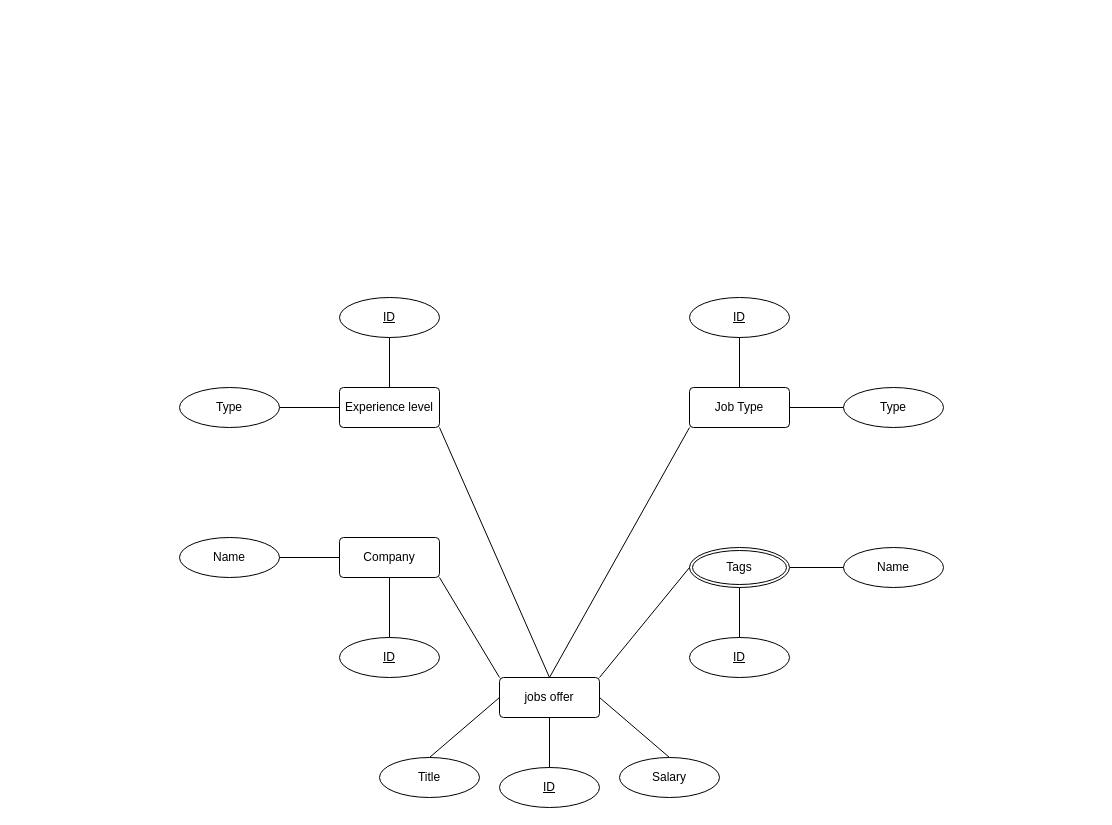
Above: Untitled Diagram.drawio in yassinessadi/diagrams (draw.io), before the change. Source tidied: cells renumbered, new cells numbered last; positions are measured from the earlier drawing's top-left corner, leaving out a move shared by most shapes. Both pictures are drawn from the tidied source at 100%, with x=0, y=0 at pixel (179, 297).
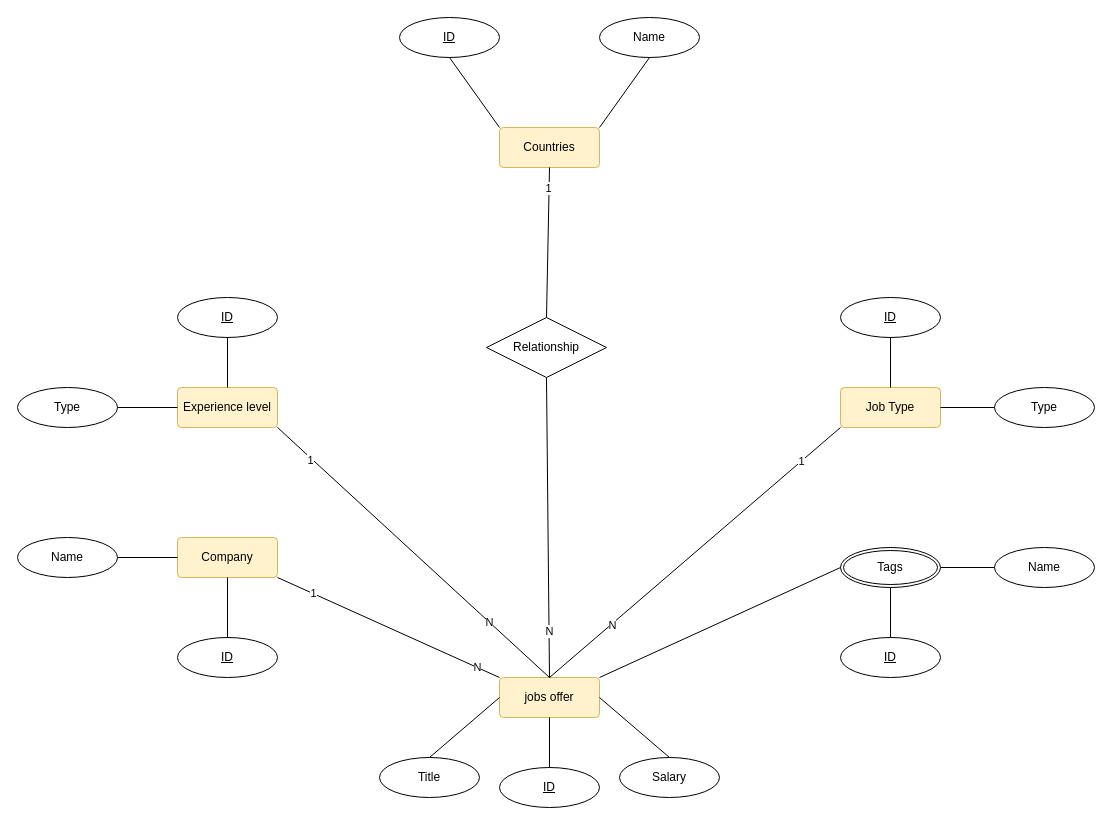
The same diagram, later.

Commit message:
Update jobs offer Diagram.drawio

Unchanged cells that the change refers to:
```xml
<mxCell id="28" style="endArrow=none;html=1;rounded=0;exitX=1;exitY=1;exitDx=0;exitDy=0;entryX=0;entryY=0;entryDx=0;entryDy=0;" parent="1" edge="1" source="15" target="20">
  <mxGeometry relative="1" as="geometry" />
</mxCell>
<mxCell id="31" style="endArrow=none;html=1;rounded=0;exitX=1;exitY=1;exitDx=0;exitDy=0;entryX=0.5;entryY=0;entryDx=0;entryDy=0;" parent="1" edge="1" source="10" target="20">
  <mxGeometry relative="1" as="geometry" />
</mxCell>
<mxCell id="32" style="endArrow=none;html=1;rounded=0;entryX=0;entryY=1;entryDx=0;entryDy=0;exitX=0.5;exitY=0;exitDx=0;exitDy=0;" parent="1" edge="1" source="20" target="2">
  <mxGeometry relative="1" as="geometry" />
</mxCell>
```

What changed in the source:
```diff
@@
-    <mxCell id="2" value="Job Type" style="rounded=1;arcSize=10;whiteSpace=wrap;html=1;align=center;" parent="1" vertex="1">
-      <mxGeometry x="510" y="90" width="100" height="40" as="geometry" />
+    <mxCell id="2" value="Job Type" style="rounded=1;arcSize=10;whiteSpace=wrap;html=1;align=center;fillColor=#fff2cc;strokeColor=#d6b656;" parent="1" vertex="1">
+      <mxGeometry x="661" y="90" width="100" height="40" as="geometry" />
     </mxCell>
     <mxCell id="3" value="ID" style="ellipse;whiteSpace=wrap;html=1;align=center;fontStyle=4;" parent="1" vertex="1">
-      <mxGeometry x="510" width="100" height="40" as="geometry" />
+      <mxGeometry x="661" width="100" height="40" as="geometry" />
     </mxCell>
@@
     <mxCell id="5" value="Type" style="ellipse;whiteSpace=wrap;html=1;align=center;" parent="1" vertex="1">
-      <mxGeometry x="664" y="90" width="100" height="40" as="geometry" />
+      <mxGeometry x="815" y="90" width="100" height="40" as="geometry" />
     </mxCell>
@@
     <mxCell id="7" value="ID" style="ellipse;whiteSpace=wrap;html=1;align=center;fontStyle=4;" parent="1" vertex="1">
-      <mxGeometry x="510" y="340" width="100" height="40" as="geometry" />
+      <mxGeometry x="661" y="340" width="100" height="40" as="geometry" />
     </mxCell>
     <mxCell id="8" value="Name" style="ellipse;whiteSpace=wrap;html=1;align=center;" parent="1" vertex="1">
-      <mxGeometry x="664" y="250" width="100" height="40" as="geometry" />
+      <mxGeometry x="815" y="250" width="100" height="40" as="geometry" />
     </mxCell>
@@
-    <mxCell id="10" value="Experience level" style="rounded=1;arcSize=10;whiteSpace=wrap;html=1;align=center;" parent="1" vertex="1">
-      <mxGeometry x="160" y="90" width="100" height="40" as="geometry" />
+    <mxCell id="10" value="Experience level" style="rounded=1;arcSize=10;whiteSpace=wrap;html=1;align=center;fillColor=#fff2cc;strokeColor=#d6b656;" parent="1" vertex="1">
+      <mxGeometry x="-2" y="90" width="100" height="40" as="geometry" />
     </mxCell>
     <mxCell id="11" value="ID" style="ellipse;whiteSpace=wrap;html=1;align=center;fontStyle=4;" parent="1" vertex="1">
-      <mxGeometry x="160" width="100" height="40" as="geometry" />
+      <mxGeometry x="-2" width="100" height="40" as="geometry" />
     </mxCell>
@@
     <mxCell id="13" value="Type" style="ellipse;whiteSpace=wrap;html=1;align=center;" parent="1" vertex="1">
-      <mxGeometry y="90" width="100" height="40" as="geometry" />
+      <mxGeometry x="-162" y="90" width="100" height="40" as="geometry" />
     </mxCell>
@@
-    <mxCell id="15" value="Company" style="rounded=1;arcSize=10;whiteSpace=wrap;html=1;align=center;" parent="1" vertex="1">
-      <mxGeometry x="160" y="240" width="100" height="40" as="geometry" />
+    <mxCell id="15" value="Company" style="rounded=1;arcSize=10;whiteSpace=wrap;html=1;align=center;fillColor=#fff2cc;strokeColor=#d6b656;" parent="1" vertex="1">
+      <mxGeometry x="-2" y="240" width="100" height="40" as="geometry" />
     </mxCell>
     <mxCell id="16" value="ID" style="ellipse;whiteSpace=wrap;html=1;align=center;fontStyle=4;" parent="1" vertex="1">
-      <mxGeometry x="160" y="340" width="100" height="40" as="geometry" />
+      <mxGeometry x="-2" y="340" width="100" height="40" as="geometry" />
     </mxCell>
     <mxCell id="17" value="Name" style="ellipse;whiteSpace=wrap;html=1;align=center;" parent="1" vertex="1">
-      <mxGeometry y="240" width="100" height="40" as="geometry" />
+      <mxGeometry x="-162" y="240" width="100" height="40" as="geometry" />
     </mxCell>
@@
-    <mxCell id="20" value="jobs offer" style="rounded=1;arcSize=10;whiteSpace=wrap;html=1;align=center;" parent="1" vertex="1">
+    <mxCell id="20" value="jobs offer" style="rounded=1;arcSize=10;whiteSpace=wrap;html=1;align=center;fillColor=#fff2cc;strokeColor=#d6b656;" parent="1" vertex="1">
       <mxGeometry x="320" y="380" width="100" height="40" as="geometry" />
     </mxCell>
@@
+    <mxCell id="33" value="N" style="edgeLabel;html=1;align=center;verticalAlign=middle;" parent="28" vertex="1">
+      <mxGeometry x="0.8" relative="1" as="geometry" />
+    </mxCell>
+    <mxCell id="34" value="1" style="edgeLabel;html=1;align=center;verticalAlign=middle;" parent="28" vertex="1">
+      <mxGeometry x="-0.68" y="-1" relative="1" as="geometry">
+        <mxPoint y="-1" as="offset" />
+      </mxGeometry>
+    </mxCell>
     <mxCell id="29" value="Tags" style="ellipse;shape=doubleEllipse;margin=3;whiteSpace=wrap;html=1;align=center;" parent="1" vertex="1">
-      <mxGeometry x="510" y="250" width="100" height="40" as="geometry" />
+      <mxGeometry x="661" y="250" width="100" height="40" as="geometry" />
     </mxCell>
@@
+    <mxCell id="35" value="N" style="edgeLabel;html=1;align=center;verticalAlign=middle;" parent="31" vertex="1">
+      <mxGeometry x="0.56" y="1" relative="1" as="geometry">
+        <mxPoint x="-1" as="offset" />
+      </mxGeometry>
+    </mxCell>
+    <mxCell id="36" value="1" style="edgeLabel;html=1;align=center;verticalAlign=middle;" parent="31" vertex="1">
+      <mxGeometry x="-0.75" y="-2" relative="1" as="geometry" />
+    </mxCell>
@@
+    <mxCell id="37" value="N" style="edgeLabel;html=1;align=center;verticalAlign=middle;" parent="32" vertex="1">
+      <mxGeometry x="-0.57" y="-1" relative="1" as="geometry" />
+    </mxCell>
+    <mxCell id="38" value="1" style="edgeLabel;html=1;align=center;verticalAlign=middle;" parent="32" vertex="1">
+      <mxGeometry x="0.73" relative="1" as="geometry" />
+    </mxCell>
+    <mxCell id="39" value="Countries" style="rounded=1;arcSize=10;whiteSpace=wrap;html=1;align=center;fillColor=#fff2cc;strokeColor=#d6b656;" parent="1" vertex="1">
+      <mxGeometry x="320" y="-170" width="100" height="40" as="geometry" />
+    </mxCell>
+    <mxCell id="40" value="ID" style="ellipse;whiteSpace=wrap;html=1;align=center;fontStyle=4;" parent="1" vertex="1">
+      <mxGeometry x="220" y="-280" width="100" height="40" as="geometry" />
+    </mxCell>
+    <mxCell id="41" value="Name" style="ellipse;whiteSpace=wrap;html=1;align=center;" parent="1" vertex="1">
+      <mxGeometry x="420" y="-280" width="100" height="40" as="geometry" />
+    </mxCell>
+    <mxCell id="42" style="endArrow=none;html=1;rounded=0;exitX=0.5;exitY=1;exitDx=0;exitDy=0;entryX=0.5;entryY=0;entryDx=0;entryDy=0;" parent="1" edge="1" source="48" target="20">
+      <mxGeometry relative="1" as="geometry" />
+    </mxCell>
+    <mxCell id="43" value="N" style="edgeLabel;html=1;align=center;verticalAlign=middle;" parent="42" vertex="1">
+      <mxGeometry x="0.69" relative="1" as="geometry" />
+    </mxCell>
+    <mxCell id="44" style="endArrow=none;html=1;rounded=0;exitX=0.5;exitY=1;exitDx=0;exitDy=0;entryX=0;entryY=0;entryDx=0;entryDy=0;" parent="1" edge="1" source="40" target="39">
+      <mxGeometry relative="1" as="geometry" />
+    </mxCell>
+    <mxCell id="45" style="endArrow=none;html=1;rounded=0;exitX=1;exitY=0;exitDx=0;exitDy=0;entryX=0.5;entryY=1;entryDx=0;entryDy=0;" parent="1" edge="1" source="39" target="41">
+      <mxGeometry relative="1" as="geometry" />
+    </mxCell>
+    <mxCell id="46" style="endArrow=none;html=1;rounded=0;exitX=0.5;exitY=1;exitDx=0;exitDy=0;entryX=0.5;entryY=0;entryDx=0;entryDy=0;" parent="1" edge="1" source="39" target="48">
+      <mxGeometry relative="1" as="geometry" />
+    </mxCell>
+    <mxCell id="47" value="1" style="edgeLabel;html=1;align=center;verticalAlign=middle;" parent="46" vertex="1">
+      <mxGeometry x="-0.8" y="2" relative="1" as="geometry">
+        <mxPoint x="-3" y="5" as="offset" />
+      </mxGeometry>
+    </mxCell>
+    <mxCell id="48" value="Relationship" style="shape=rhombus;perimeter=rhombusPerimeter;whiteSpace=wrap;html=1;align=center;" parent="1" vertex="1">
+      <mxGeometry x="307" y="20" width="120" height="60" as="geometry" />
+    </mxCell>
```
